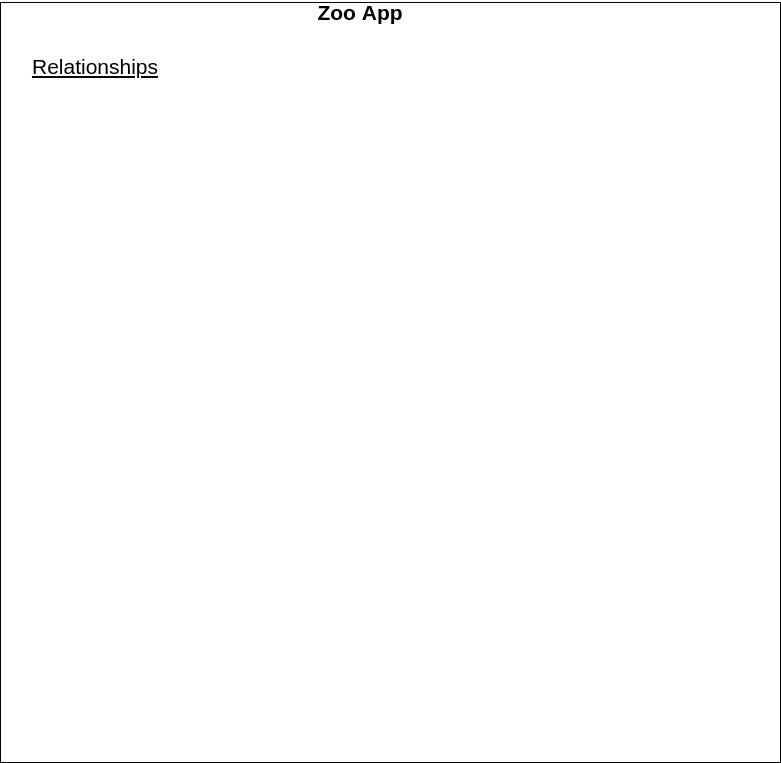
The draw.io diagram class-diagram-UML.png in ERUSDHARMENDRA/diagrams, before a commit. Source tidied: cells renumbered, new cells last; positions are measured from the earlier drawing's top-left corner, leaving out a move shared by most shapes. Its diagram source:
```xml
<mxGraphModel>
  <root>
    <mxCell id="0" />
    <mxCell id="1" parent="0" />
    <mxCell id="2" style="rounded=0;whiteSpace=wrap;html=1;" parent="1" vertex="1">
      <mxGeometry width="780" height="760" as="geometry" />
    </mxCell>
    <mxCell id="3" value="Zoo App" style="text;html=1;strokeColor=none;fillColor=none;align=center;verticalAlign=middle;whiteSpace=wrap;rounded=0;fontStyle=1;fontSize=21;" parent="1" vertex="1">
      <mxGeometry x="310" width="100" height="20" as="geometry" />
    </mxCell>
    <mxCell id="4" value="Relationships" style="text;html=1;strokeColor=none;fillColor=none;align=center;verticalAlign=middle;whiteSpace=wrap;rounded=0;fontSize=21;fontStyle=4;" parent="1" vertex="1">
      <mxGeometry x="70" y="54" width="50" height="20" as="geometry" />
    </mxCell>
  </root>
</mxGraphModel>
```
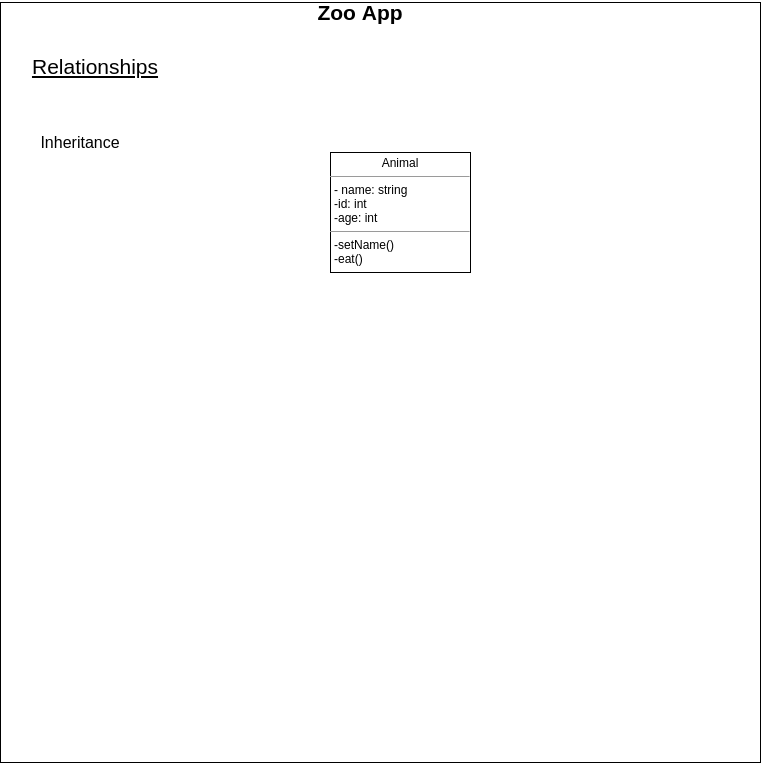
Later version of the same file.

Change to the diagram source:
```diff
@@ -3,7 +3,7 @@
     <mxCell id="0" />
     <mxCell id="1" parent="0" />
     <mxCell id="2" style="rounded=0;whiteSpace=wrap;html=1;" parent="1" vertex="1">
-      <mxGeometry width="780" height="760" as="geometry" />
+      <mxGeometry width="760" height="760" as="geometry" />
     </mxCell>
     <mxCell id="3" value="Zoo App" style="text;html=1;strokeColor=none;fillColor=none;align=center;verticalAlign=middle;whiteSpace=wrap;rounded=0;fontStyle=1;fontSize=21;" parent="1" vertex="1">
       <mxGeometry x="310" width="100" height="20" as="geometry" />
@@ -11,5 +11,11 @@
     <mxCell id="4" value="Relationships" style="text;html=1;strokeColor=none;fillColor=none;align=center;verticalAlign=middle;whiteSpace=wrap;rounded=0;fontSize=21;fontStyle=4;" parent="1" vertex="1">
       <mxGeometry x="70" y="54" width="50" height="20" as="geometry" />
     </mxCell>
+    <mxCell id="5" value="&lt;p style=&quot;margin: 0px ; margin-top: 4px ; text-align: center&quot;&gt;Animal&lt;/p&gt;&lt;hr size=&quot;1&quot;&gt;&lt;p style=&quot;margin: 0px ; margin-left: 4px&quot;&gt;- name: string&lt;br&gt;-id: int&lt;/p&gt;&lt;p style=&quot;margin: 0px ; margin-left: 4px&quot;&gt;-age: int&lt;/p&gt;&lt;hr size=&quot;1&quot;&gt;&lt;p style=&quot;margin: 0px ; margin-left: 4px&quot;&gt;-setName()&lt;br&gt;-eat()&lt;/p&gt;" style="verticalAlign=top;align=left;overflow=fill;fontSize=12;fontFamily=Helvetica;html=1;" parent="1" vertex="1">
+      <mxGeometry x="330" y="150" width="140" height="120" as="geometry" />
+    </mxCell>
+    <mxCell id="6" value="Inheritance" style="text;html=1;strokeColor=none;fillColor=none;align=center;verticalAlign=middle;whiteSpace=wrap;rounded=0;fontSize=16;fontStyle=0;" parent="1" vertex="1">
+      <mxGeometry x="60" y="130" width="40" height="20" as="geometry" />
+    </mxCell>
   </root>
 </mxGraphModel>
```
